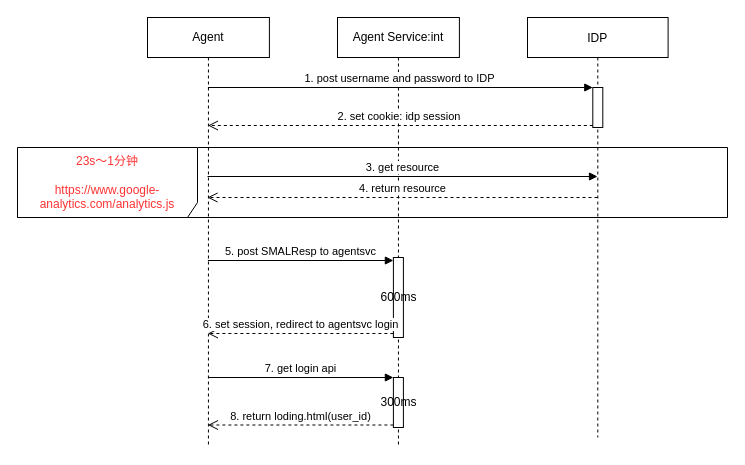
Before: page "Page-4" (4 of 4) of drawio/SASEONE Diagram.drawio in yubowen0525/ImageStorage, a draw.io diagram. Source tidied: cells renumbered, new cells numbered last; positions are measured from the earlier drawing's top-left corner, leaving out a move shared by most shapes. Both pictures are drawn from the tidied source at 100%, with x=0, y=0 at pixel (17, 17).
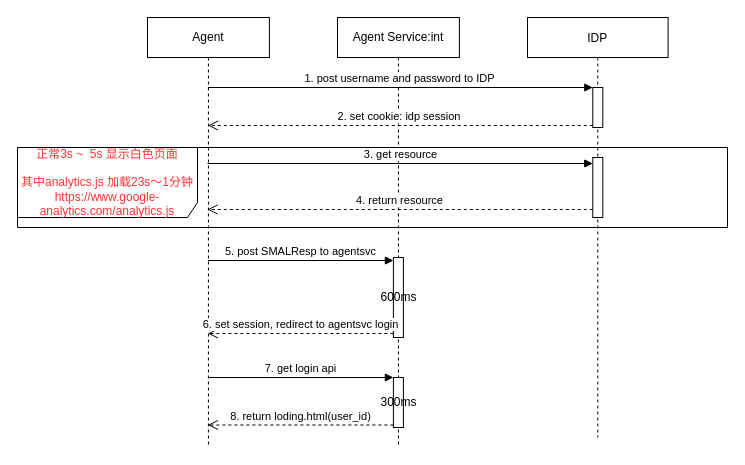
Above is the later version.

Diff of the diagram source:
```diff
@@
-    <mxCell id="14" value="&lt;font color=&quot;#ff3333&quot;&gt;23s～1分钟&lt;br&gt;&lt;br&gt;https://www.google-analytics.com/analytics.js&lt;/font&gt;" style="shape=umlFrame;whiteSpace=wrap;html=1;width=180;height=70;" parent="1" vertex="1">
-      <mxGeometry y="130" width="710" height="70" as="geometry" />
+    <mxCell id="14" value="&lt;font color=&quot;#ff3333&quot;&gt;正常3s ~&amp;nbsp; 5s 显示白色页面&lt;br&gt;&lt;br&gt;其中analytics.js 加载23s～1分钟&lt;br&gt;https://www.google-analytics.com/analytics.js&lt;/font&gt;" style="shape=umlFrame;whiteSpace=wrap;html=1;width=180;height=70;" parent="1" vertex="1">
+      <mxGeometry y="130" width="710" height="80" as="geometry" />
     </mxCell>
-    <mxCell id="15" value="3. get resource" style="html=1;verticalAlign=bottom;endArrow=block;" parent="1" edge="1">
+    <mxCell id="15" value="3. get resource" style="html=1;verticalAlign=bottom;endArrow=block;" parent="1" edge="1" target="17">
       <mxGeometry relative="1" as="geometry">
-        <mxPoint x="190" y="159" as="sourcePoint" />
-        <mxPoint x="580" y="159" as="targetPoint" />
+        <mxPoint x="190" y="146" as="sourcePoint" />
       </mxGeometry>
     </mxCell>
-    <mxCell id="16" value="4. return resource" style="html=1;verticalAlign=bottom;endArrow=open;dashed=1;endSize=8;" parent="1" edge="1">
+    <mxCell id="16" value="4. return resource" style="html=1;verticalAlign=bottom;endArrow=open;dashed=1;endSize=8;" parent="1" edge="1" source="17">
       <mxGeometry relative="1" as="geometry">
-        <mxPoint x="580" y="180" as="sourcePoint" />
-        <mxPoint x="190" y="180" as="targetPoint" />
+        <mxPoint x="190" y="192" as="targetPoint" />
       </mxGeometry>
     </mxCell>
+    <mxCell id="17" style="html=1;points=[];perimeter=orthogonalPerimeter;" parent="1" vertex="1">
+      <mxGeometry x="575.3" y="140" width="10" height="60" as="geometry" />
+    </mxCell>
```
